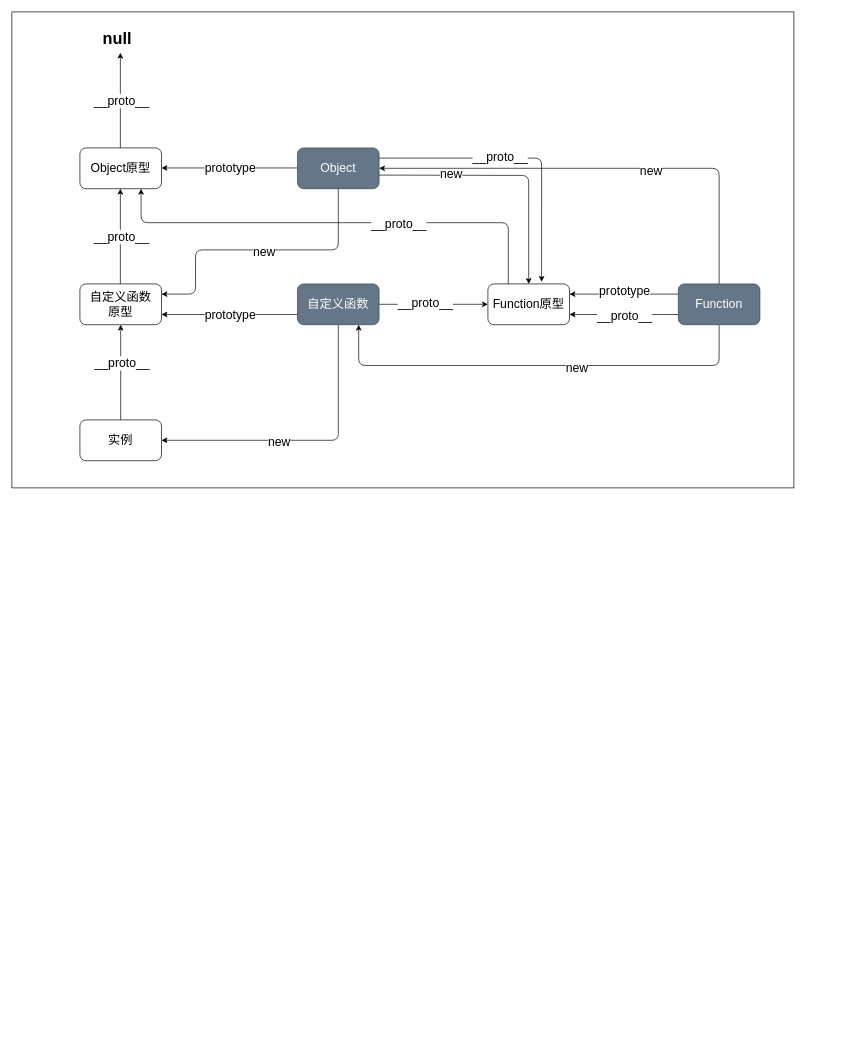
Above: 02 JS/1 base/day3/prototype_chain.dio in lbin-sama/web-review (draw.io), before the change. Source tidied: cells renumbered, new cells numbered last; positions are measured from the earlier drawing's top-left corner, leaving out a move shared by most shapes. Both pictures are drawn from the tidied source at 68%, with x=0, y=0 at pixel (12, 12).
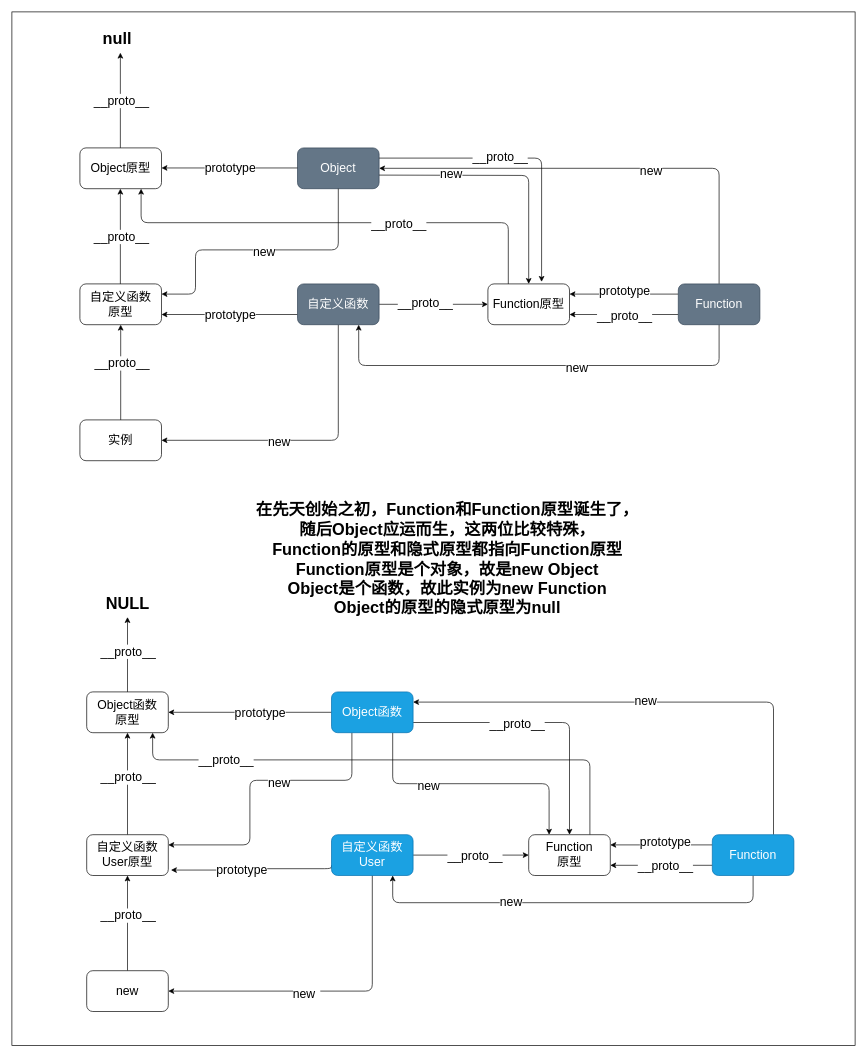
The same page after the edit.

Diff of the diagram source:
```diff
@@
     <mxCell id="2" style="rounded=0;whiteSpace=wrap;html=1;" parent="1" vertex="1">
-      <mxGeometry width="1150" height="700" as="geometry" />
+      <mxGeometry width="1240" height="1520" as="geometry" />
     </mxCell>
@@
+    <mxCell id="41" style="edgeStyle=orthogonalEdgeStyle;html=1;exitX=0.5;exitY=1;exitDx=0;exitDy=0;entryX=1;entryY=0.5;entryDx=0;entryDy=0;fontSize=18;" parent="1" edge="1" source="47" target="50">
+      <mxGeometry relative="1" as="geometry" />
+    </mxCell>
+    <mxCell id="42" value="new&lt;span style=&quot;white-space: pre;&quot;&gt;&#9;&lt;/span&gt;" style="edgeLabel;html=1;align=center;verticalAlign=middle;fontSize=18;" parent="41" vertex="1">
+      <mxGeometry x="0.14" y="3" relative="1" as="geometry" />
+    </mxCell>
+    <mxCell id="43" style="edgeStyle=orthogonalEdgeStyle;html=1;exitX=0;exitY=0.75;exitDx=0;exitDy=0;fontSize=18;entryX=1.033;entryY=0.867;entryDx=0;entryDy=0;entryPerimeter=0;" parent="1" edge="1" source="47" target="53">
+      <mxGeometry relative="1" as="geometry">
+        <Array as="points">
+          <mxPoint x="470" y="1260" />
+          <mxPoint x="355" y="1260" />
+          <mxPoint x="355" y="1262" />
+        </Array>
+      </mxGeometry>
+    </mxCell>
+    <mxCell id="44" value="prototype" style="edgeLabel;html=1;align=center;verticalAlign=middle;fontSize=18;" parent="43" vertex="1">
+      <mxGeometry x="0.14" y="-1" relative="1" as="geometry" />
+    </mxCell>
+    <mxCell id="45" style="edgeStyle=orthogonalEdgeStyle;html=1;exitX=1;exitY=0.5;exitDx=0;exitDy=0;fontSize=18;" parent="1" edge="1" source="47" target="69">
+      <mxGeometry relative="1" as="geometry" />
+    </mxCell>
+    <mxCell id="46" value="__proto__" style="edgeLabel;html=1;align=center;verticalAlign=middle;fontSize=18;" parent="45" vertex="1">
+      <mxGeometry x="-0.22" y="-3" relative="1" as="geometry">
+        <mxPoint x="24" y="-3" as="offset" />
+      </mxGeometry>
+    </mxCell>
+    <mxCell id="47" value="&lt;font style=&quot;font-size: 18px;&quot;&gt;自定义函数User&lt;/font&gt;" style="rounded=1;whiteSpace=wrap;html=1;fillColor=#1ba1e2;fontColor=#ffffff;strokeColor=#006EAF;" parent="1" vertex="1">
+      <mxGeometry x="470" y="1210" width="120" height="60" as="geometry" />
+    </mxCell>
+    <mxCell id="48" style="edgeStyle=orthogonalEdgeStyle;html=1;exitX=0.5;exitY=0;exitDx=0;exitDy=0;fontSize=18;entryX=0.5;entryY=1;entryDx=0;entryDy=0;" parent="1" edge="1" source="50" target="53">
+      <mxGeometry relative="1" as="geometry" />
+    </mxCell>
+    <mxCell id="49" value="__proto__" style="edgeLabel;html=1;align=center;verticalAlign=middle;fontSize=18;" parent="48" vertex="1">
+      <mxGeometry x="0.17" relative="1" as="geometry" />
+    </mxCell>
+    <mxCell id="50" value="&lt;font style=&quot;font-size: 18px;&quot;&gt;new&lt;/font&gt;" style="rounded=1;whiteSpace=wrap;html=1;" parent="1" vertex="1">
+      <mxGeometry x="110" y="1410" width="120" height="60" as="geometry" />
+    </mxCell>
+    <mxCell id="51" style="edgeStyle=orthogonalEdgeStyle;html=1;exitX=0.5;exitY=0;exitDx=0;exitDy=0;entryX=0.5;entryY=1;entryDx=0;entryDy=0;fontSize=18;" parent="1" edge="1" source="53" target="65">
+      <mxGeometry relative="1" as="geometry" />
+    </mxCell>
+    <mxCell id="52" value="__proto__" style="edgeLabel;html=1;align=center;verticalAlign=middle;fontSize=18;" parent="51" vertex="1">
+      <mxGeometry x="0.13" relative="1" as="geometry" />
+    </mxCell>
+    <mxCell id="53" value="&lt;font style=&quot;font-size: 18px;&quot;&gt;自定义函数User原型&lt;/font&gt;" style="rounded=1;whiteSpace=wrap;html=1;" parent="1" vertex="1">
+      <mxGeometry x="110" y="1210" width="120" height="60" as="geometry" />
+    </mxCell>
+    <mxCell id="54" style="edgeStyle=orthogonalEdgeStyle;html=1;exitX=0.25;exitY=1;exitDx=0;exitDy=0;entryX=1;entryY=0.25;entryDx=0;entryDy=0;fontSize=18;" parent="1" edge="1" source="62" target="53">
+      <mxGeometry relative="1" as="geometry">
+        <Array as="points">
+          <mxPoint x="500" y="1130" />
+          <mxPoint x="350" y="1130" />
+          <mxPoint x="350" y="1225" />
+        </Array>
+      </mxGeometry>
+    </mxCell>
+    <mxCell id="55" value="new" style="edgeLabel;html=1;align=center;verticalAlign=middle;fontSize=18;" parent="54" vertex="1">
+      <mxGeometry x="-0.18" y="3" relative="1" as="geometry" />
+    </mxCell>
+    <mxCell id="56" style="edgeStyle=orthogonalEdgeStyle;html=1;exitX=0;exitY=0.5;exitDx=0;exitDy=0;entryX=1;entryY=0.5;entryDx=0;entryDy=0;fontSize=18;" parent="1" edge="1" source="62" target="65">
+      <mxGeometry relative="1" as="geometry" />
+    </mxCell>
+    <mxCell id="57" value="prototype" style="edgeLabel;html=1;align=center;verticalAlign=middle;fontSize=18;" parent="56" vertex="1">
+      <mxGeometry x="-0.12" relative="1" as="geometry" />
+    </mxCell>
+    <mxCell id="58" style="edgeStyle=orthogonalEdgeStyle;html=1;exitX=0.75;exitY=1;exitDx=0;exitDy=0;entryX=0.25;entryY=0;entryDx=0;entryDy=0;fontSize=18;" parent="1" edge="1" source="62" target="69">
+      <mxGeometry relative="1" as="geometry" />
+    </mxCell>
+    <mxCell id="59" value="new" style="edgeLabel;html=1;align=center;verticalAlign=middle;fontSize=18;" parent="58" vertex="1">
+      <mxGeometry x="-0.33" y="-3" relative="1" as="geometry" />
+    </mxCell>
+    <mxCell id="60" style="edgeStyle=orthogonalEdgeStyle;html=1;exitX=1;exitY=0.75;exitDx=0;exitDy=0;fontSize=18;" parent="1" edge="1" source="62" target="69">
+      <mxGeometry relative="1" as="geometry" />
+    </mxCell>
+    <mxCell id="61" value="__proto__" style="edgeLabel;html=1;align=center;verticalAlign=middle;fontSize=18;" parent="60" vertex="1">
+      <mxGeometry x="-0.23" y="-2" relative="1" as="geometry" />
+    </mxCell>
+    <mxCell id="62" value="&lt;font style=&quot;font-size: 18px;&quot;&gt;Object函数&lt;/font&gt;" style="rounded=1;whiteSpace=wrap;html=1;fillColor=#1ba1e2;fontColor=#ffffff;strokeColor=#006EAF;" parent="1" vertex="1">
+      <mxGeometry x="470" y="1000" width="120" height="60" as="geometry" />
+    </mxCell>
+    <mxCell id="63" style="edgeStyle=orthogonalEdgeStyle;html=1;exitX=0.5;exitY=0;exitDx=0;exitDy=0;entryX=0.5;entryY=1;entryDx=0;entryDy=0;fontSize=18;" parent="1" edge="1" source="65" target="66">
+      <mxGeometry relative="1" as="geometry" />
+    </mxCell>
+    <mxCell id="64" value="__proto__" style="edgeLabel;html=1;align=center;verticalAlign=middle;fontSize=18;" parent="63" vertex="1">
+      <mxGeometry x="-0.29" y="4" relative="1" as="geometry">
+        <mxPoint x="4" y="-21" as="offset" />
+      </mxGeometry>
+    </mxCell>
+    <mxCell id="65" value="&lt;font style=&quot;font-size: 18px;&quot;&gt;Object函数&lt;br&gt;原型&lt;/font&gt;" style="rounded=1;whiteSpace=wrap;html=1;" parent="1" vertex="1">
+      <mxGeometry x="110" y="1000" width="120" height="60" as="geometry" />
+    </mxCell>
+    <mxCell id="66" value="NULL" style="text;strokeColor=none;fillColor=none;html=1;fontSize=24;fontStyle=1;verticalAlign=middle;align=center;" parent="1" vertex="1">
+      <mxGeometry x="120" y="850" width="100" height="40" as="geometry" />
+    </mxCell>
+    <mxCell id="67" style="edgeStyle=orthogonalEdgeStyle;html=1;exitX=0.75;exitY=0;exitDx=0;exitDy=0;entryX=0.808;entryY=1;entryDx=0;entryDy=0;entryPerimeter=0;fontSize=18;" parent="1" edge="1" source="69" target="65">
+      <mxGeometry relative="1" as="geometry">
+        <Array as="points">
+          <mxPoint x="850" y="1100" />
+          <mxPoint x="207" y="1100" />
+        </Array>
+      </mxGeometry>
+    </mxCell>
+    <mxCell id="68" value="__proto__" style="edgeLabel;html=1;align=center;verticalAlign=middle;fontSize=18;" parent="67" vertex="1">
+      <mxGeometry x="0.63" relative="1" as="geometry" />
+    </mxCell>
+    <mxCell id="69" value="&lt;span style=&quot;font-size: 18px;&quot;&gt;Function&lt;br&gt;原型&lt;br&gt;&lt;/span&gt;" style="rounded=1;whiteSpace=wrap;html=1;" parent="1" vertex="1">
+      <mxGeometry x="760" y="1210" width="120" height="60" as="geometry" />
+    </mxCell>
+    <mxCell id="70" style="edgeStyle=orthogonalEdgeStyle;html=1;exitX=0;exitY=0.25;exitDx=0;exitDy=0;entryX=1;entryY=0.25;entryDx=0;entryDy=0;fontSize=18;" parent="1" edge="1" source="78" target="69">
+      <mxGeometry relative="1" as="geometry" />
+    </mxCell>
+    <mxCell id="71" value="prototype" style="edgeLabel;html=1;align=center;verticalAlign=middle;fontSize=18;" parent="70" vertex="1">
+      <mxGeometry x="0.2" y="-1" relative="1" as="geometry">
+        <mxPoint x="20" y="-4" as="offset" />
+      </mxGeometry>
+    </mxCell>
+    <mxCell id="72" style="edgeStyle=orthogonalEdgeStyle;html=1;exitX=0;exitY=0.75;exitDx=0;exitDy=0;entryX=1;entryY=0.75;entryDx=0;entryDy=0;fontSize=18;" parent="1" edge="1" source="78" target="69">
+      <mxGeometry relative="1" as="geometry" />
+    </mxCell>
+    <mxCell id="73" value="__proto__" style="edgeLabel;html=1;align=center;verticalAlign=middle;fontSize=18;" parent="72" vertex="1">
+      <mxGeometry x="0.27" y="1" relative="1" as="geometry">
+        <mxPoint x="25" as="offset" />
+      </mxGeometry>
+    </mxCell>
+    <mxCell id="74" style="edgeStyle=orthogonalEdgeStyle;html=1;exitX=0.5;exitY=1;exitDx=0;exitDy=0;entryX=0.75;entryY=1;entryDx=0;entryDy=0;fontSize=18;" parent="1" edge="1" source="78" target="47">
+      <mxGeometry relative="1" as="geometry">
+        <Array as="points">
+          <mxPoint x="1090" y="1310" />
+          <mxPoint x="560" y="1310" />
+        </Array>
+      </mxGeometry>
+    </mxCell>
+    <mxCell id="75" value="new" style="edgeLabel;html=1;align=center;verticalAlign=middle;fontSize=18;" parent="74" vertex="1">
+      <mxGeometry x="0.3" y="-2" relative="1" as="geometry" />
+    </mxCell>
+    <mxCell id="76" style="edgeStyle=orthogonalEdgeStyle;html=1;exitX=0.75;exitY=0;exitDx=0;exitDy=0;entryX=1;entryY=0.25;entryDx=0;entryDy=0;fontSize=18;" parent="1" edge="1" source="78" target="62">
+      <mxGeometry relative="1" as="geometry" />
+    </mxCell>
+    <mxCell id="77" value="new" style="edgeLabel;html=1;align=center;verticalAlign=middle;fontSize=18;" parent="76" vertex="1">
+      <mxGeometry x="0.06" y="-2" relative="1" as="geometry" />
+    </mxCell>
+    <mxCell id="78" value="&lt;font style=&quot;font-size: 18px;&quot;&gt;Function&lt;/font&gt;" style="rounded=1;whiteSpace=wrap;html=1;fillColor=#1ba1e2;fontColor=#ffffff;strokeColor=#006EAF;" parent="1" vertex="1">
+      <mxGeometry x="1030" y="1210" width="120" height="60" as="geometry" />
+    </mxCell>
+    <mxCell id="79" value="在先天创始之初，Function和Function原型诞生了，&lt;br&gt;随后Object应运而生，这两位比较特殊，&lt;br&gt;Function的原型和隐式原型都指向Function原型&lt;br&gt;Function原型是个对象，故是new Object&lt;br&gt;Object是个函数，故此实例为new Function&lt;br&gt;Object的原型的隐式原型为null" style="text;strokeColor=none;fillColor=none;html=1;fontSize=24;fontStyle=1;verticalAlign=middle;align=center;" parent="1" vertex="1">
+      <mxGeometry x="350" y="690" width="580" height="230" as="geometry" />
+    </mxCell>
```
